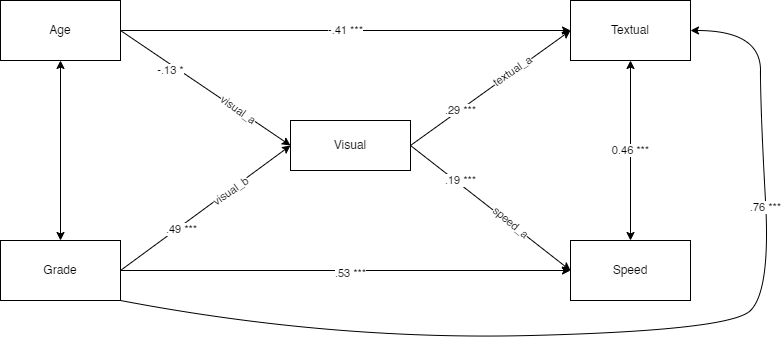
Above: docs/reference/figures/holzinger_model.png in rempsyc/lavaanExtra (draw.io), before the change. Source tidied: cells renumbered, new cells last; positions are measured from the earlier drawing's top-left corner, leaving out a move shared by most shapes.
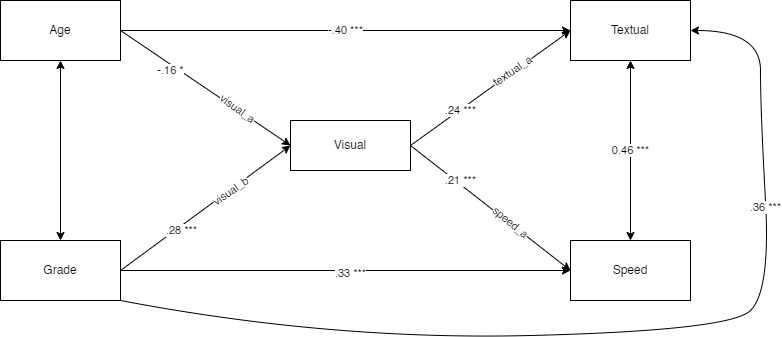
Later version of the same file.

The edit, as a diff of the source:
```diff
@@ -2,7 +2,7 @@
   <root>
     <mxCell id="0" />
     <mxCell id="1" parent="0" />
-    <mxCell id="2" value="-.13 *" style="jettySize=auto;html=1;exitX=1;exitY=0.5;exitDx=0;exitDy=0;entryX=0;entryY=0.5;entryDx=0;entryDy=0;" parent="1" edge="1" source="6" target="16">
+    <mxCell id="2" value="-.16 *" style="jettySize=auto;html=1;exitX=1;exitY=0.5;exitDx=0;exitDy=0;entryX=0;entryY=0.5;entryDx=0;entryDy=0;" parent="1" edge="1" source="6" target="16">
       <mxGeometry x="-0.38" y="-5" relative="1" as="geometry" />
     </mxCell>
     <mxCell id="3" value="visual_a" style="edgeLabel;html=1;align=center;verticalAlign=middle;rotation=36;" parent="2" vertex="1">
@@ -13,13 +13,13 @@
     <mxCell id="4" style="edgeStyle=none;rounded=0;jettySize=auto;html=1;entryX=0.5;entryY=0;entryDx=0;entryDy=0;startArrow=classic;startFill=1;" parent="1" edge="1" source="6" target="11">
       <mxGeometry relative="1" as="geometry" />
     </mxCell>
-    <mxCell id="5" value="-.41 ***" style="edgeStyle=none;jettySize=auto;html=1;entryX=0;entryY=0.5;entryDx=0;entryDy=0;startArrow=none;startFill=0;rounded=0;" parent="1" edge="1" source="6" target="19">
+    <mxCell id="5" value="-.40 ***" style="edgeStyle=none;jettySize=auto;html=1;entryX=0;entryY=0.5;entryDx=0;entryDy=0;startArrow=none;startFill=0;rounded=0;" parent="1" edge="1" source="6" target="19">
       <mxGeometry relative="1" as="geometry" />
     </mxCell>
     <mxCell id="6" value="Age" style="rounded=0;whiteSpace=wrap;html=1;" parent="1" vertex="1">
       <mxGeometry width="120" height="60" as="geometry" />
     </mxCell>
-    <mxCell id="7" value=".49 ***" style="jettySize=auto;html=1;exitX=1;exitY=0.5;exitDx=0;exitDy=0;entryX=0;entryY=0.5;entryDx=0;entryDy=0;rounded=0;" parent="1" edge="1" source="11" target="16">
+    <mxCell id="7" value=".28 ***" style="jettySize=auto;html=1;exitX=1;exitY=0.5;exitDx=0;exitDy=0;entryX=0;entryY=0.5;entryDx=0;entryDy=0;rounded=0;" parent="1" edge="1" source="11" target="16">
       <mxGeometry x="-0.32" y="-3" relative="1" as="geometry">
         <mxPoint x="1" as="offset" />
       </mxGeometry>
@@ -29,7 +29,7 @@
         <mxPoint x="-3" y="2" as="offset" />
       </mxGeometry>
     </mxCell>
-    <mxCell id="9" value=".76 ***" style="edgeStyle=none;curved=1;jettySize=auto;html=1;exitX=1;exitY=1;exitDx=0;exitDy=0;startArrow=none;startFill=0;entryX=1;entryY=0.5;entryDx=0;entryDy=0;" parent="1" edge="1" source="11" target="19">
+    <mxCell id="9" value=".36 ***" style="edgeStyle=none;curved=1;jettySize=auto;html=1;exitX=1;exitY=1;exitDx=0;exitDy=0;startArrow=none;startFill=0;entryX=1;entryY=0.5;entryDx=0;entryDy=0;" parent="1" edge="1" source="11" target="19">
       <mxGeometry x="0.51" relative="1" as="geometry">
         <Array as="points">
           <mxPoint x="330" y="340" />
@@ -40,13 +40,13 @@
         </Array>
       </mxGeometry>
     </mxCell>
-    <mxCell id="10" value=".53 ***" style="edgeStyle=none;jettySize=auto;html=1;entryX=0;entryY=0.5;entryDx=0;entryDy=0;startArrow=none;startFill=0;rounded=0;" parent="1" edge="1" source="11" target="18">
+    <mxCell id="10" value=".33 ***" style="edgeStyle=none;jettySize=auto;html=1;entryX=0;entryY=0.5;entryDx=0;entryDy=0;startArrow=none;startFill=0;rounded=0;" parent="1" edge="1" source="11" target="18">
       <mxGeometry x="0.02" y="-3" relative="1" as="geometry" />
     </mxCell>
     <mxCell id="11" value="Grade" style="rounded=0;whiteSpace=wrap;html=1;" parent="1" vertex="1">
       <mxGeometry y="240" width="120" height="60" as="geometry" />
     </mxCell>
-    <mxCell id="12" value=".29 ***" style="rounded=0;jettySize=auto;html=1;exitX=1;exitY=0.5;exitDx=0;exitDy=0;entryX=0;entryY=0.5;entryDx=0;entryDy=0;" parent="1" edge="1" source="16" target="19">
+    <mxCell id="12" value=".24 ***" style="rounded=0;jettySize=auto;html=1;exitX=1;exitY=0.5;exitDx=0;exitDy=0;entryX=0;entryY=0.5;entryDx=0;entryDy=0;" parent="1" edge="1" source="16" target="19">
       <mxGeometry x="-0.38" y="-1" relative="1" as="geometry" />
     </mxCell>
     <mxCell id="13" value="textual_a" style="edgeLabel;html=1;align=center;verticalAlign=middle;rotation=-34;" parent="12" vertex="1">
@@ -54,7 +54,7 @@
         <mxPoint x="3" y="-5" as="offset" />
       </mxGeometry>
     </mxCell>
-    <mxCell id="14" value=".19 ***" style="edgeStyle=none;rounded=0;jettySize=auto;html=1;entryX=0;entryY=0.5;entryDx=0;entryDy=0;exitX=1;exitY=0.5;exitDx=0;exitDy=0;" parent="1" edge="1" source="16" target="18">
+    <mxCell id="14" value=".21 ***" style="edgeStyle=none;rounded=0;jettySize=auto;html=1;entryX=0;entryY=0.5;entryDx=0;entryDy=0;exitX=1;exitY=0.5;exitDx=0;exitDy=0;" parent="1" edge="1" source="16" target="18">
       <mxGeometry x="-0.4" y="3" relative="1" as="geometry" />
     </mxCell>
     <mxCell id="15" value="speed_a" style="edgeLabel;html=1;align=center;verticalAlign=middle;rotation=40;" parent="14" vertex="1">
```
